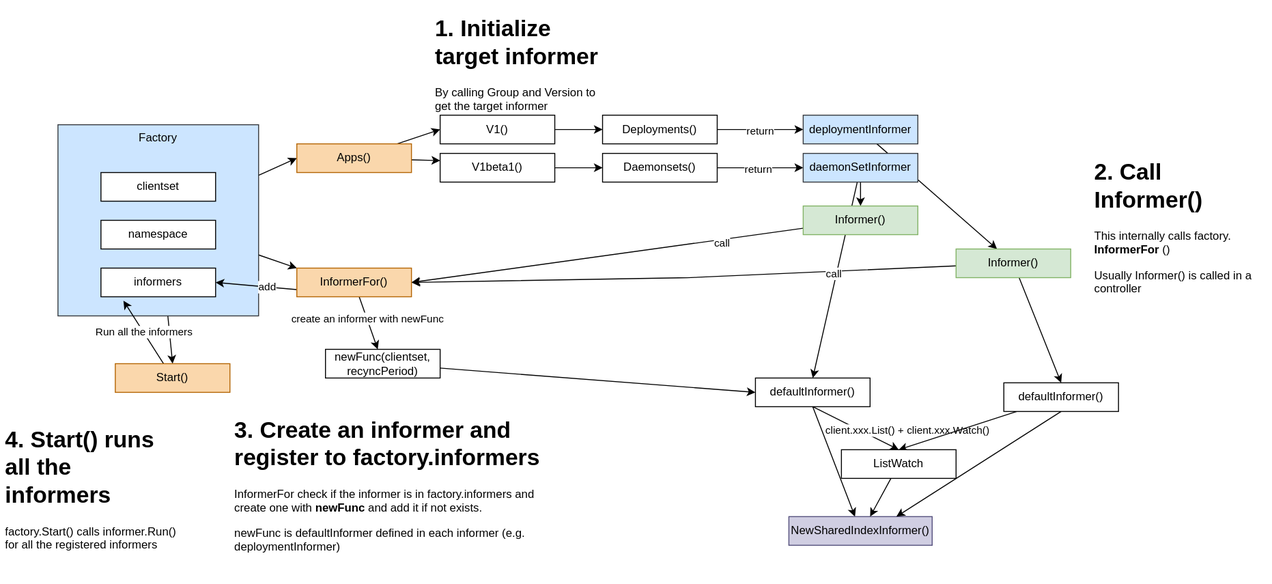
This is contents/kubernetes-operator/client-go/informer/informer-factory.drawio.svg from nakamasato/kubernetes-training, a draw.io export, as it was before one commit. Source tidied: cells renumbered, new cells last; positions are measured from the earlier drawing's top-left corner, leaving out a move shared by most shapes.
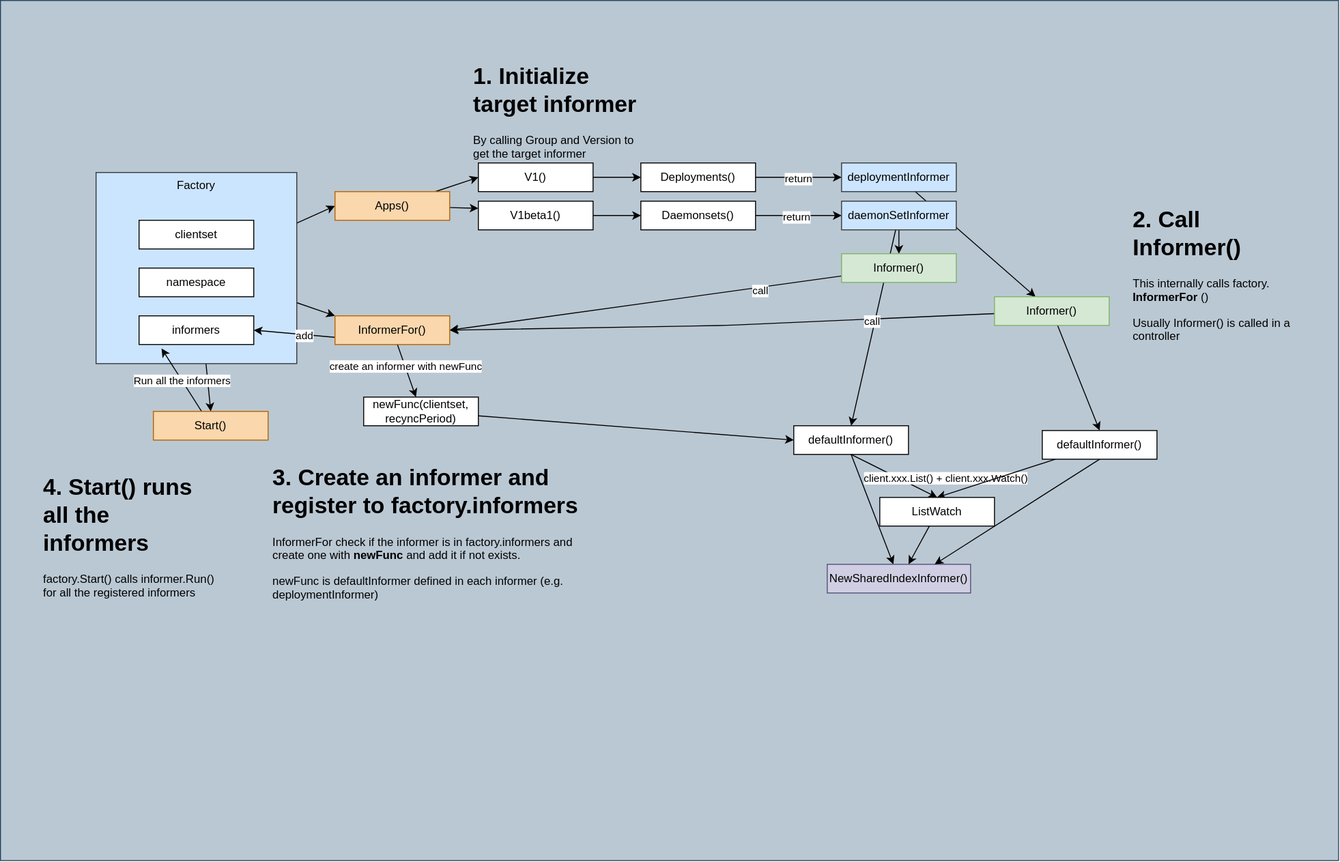
The same file after the commit.

The edit, as a diff of the source:
```diff
@@ -2,6 +2,9 @@
   <root>
     <mxCell id="0" />
     <mxCell id="1" parent="0" />
+    <mxCell id="56" style="rounded=0;whiteSpace=wrap;html=1;fillColor=#bac8d3;strokeColor=#23445d;" parent="1" vertex="1">
+      <mxGeometry x="-40" y="-60" width="1400" height="900" as="geometry" />
+    </mxCell>
     <mxCell id="2" style="edgeStyle=none;html=1;entryX=0;entryY=0.5;entryDx=0;entryDy=0;" parent="1" edge="1" source="5" target="11">
       <mxGeometry relative="1" as="geometry" />
     </mxCell>
```
